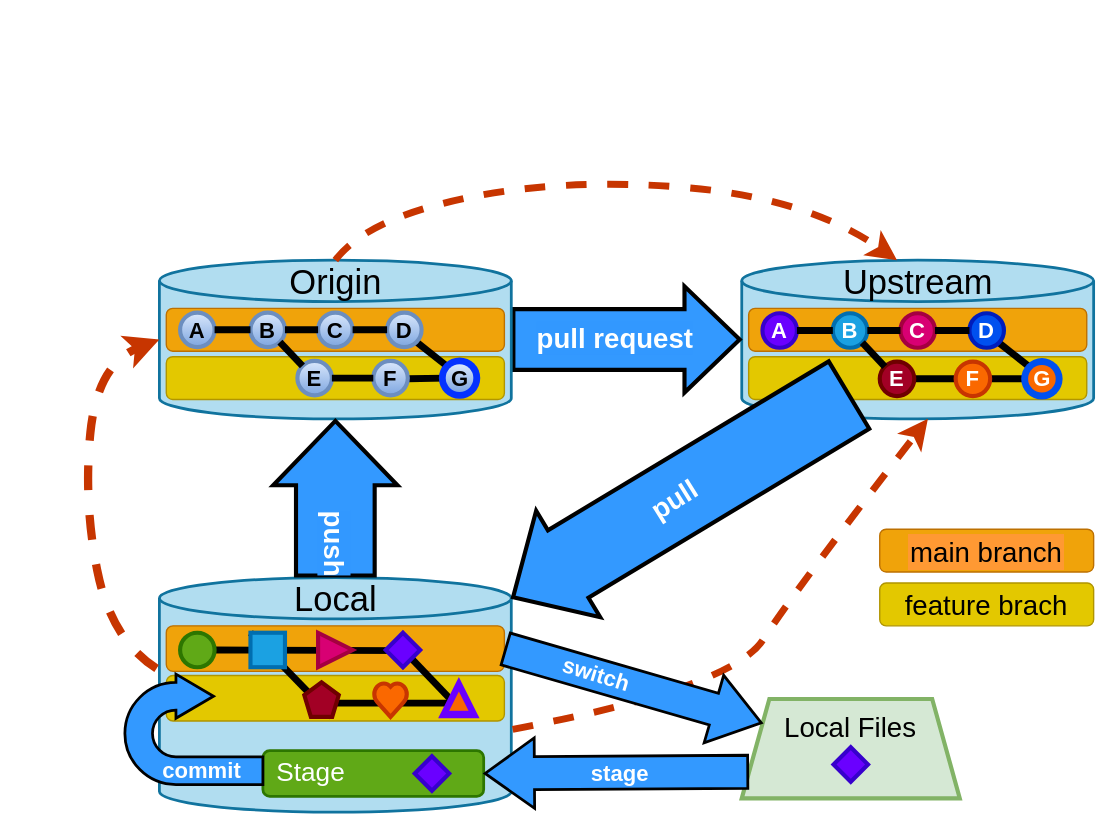
Above: GitWorkflow.drawio in braughtg/GitKit-Diagrams-Test (draw.io), before the change. Source tidied: cells renumbered, new cells numbered last; positions are measured from the earlier drawing's top-left corner, leaving out a move shared by most shapes. Both pictures are drawn from the tidied source at 138%, with x=0, y=0 at pixel (83, 177).
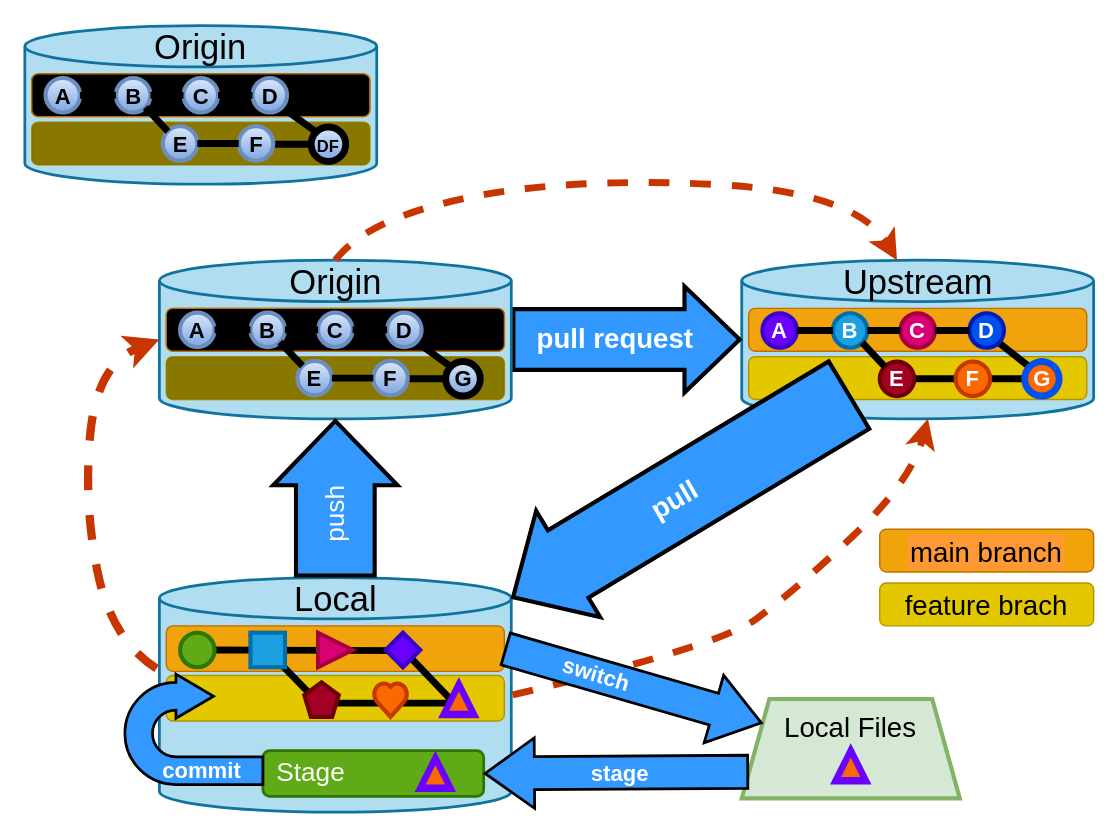
The same diagram, later.

Unchanged cells that the change refers to:
```xml
<mxCell id="3" style="shape=cylinder3;whiteSpace=wrap;html=1;boundedLbl=1;backgroundOutline=1;size=15;labelBackgroundColor=default;fillColor=#b1ddf0;strokeColor=#10739e;strokeWidth=2;" parent="1" vertex="1">
  <mxGeometry x="477" y="60" width="255" height="115" as="geometry" />
</mxCell>
<mxCell id="5" value="Upstream" style="text;html=1;whiteSpace=wrap;strokeColor=none;fillColor=none;align=center;verticalAlign=middle;rounded=0;fontSize=25;" parent="1" vertex="1">
  <mxGeometry x="574.5" y="60" width="60" height="30" as="geometry" />
</mxCell>
<mxCell id="24" style="shape=cylinder3;whiteSpace=wrap;html=1;boundedLbl=1;backgroundOutline=1;size=15;labelBackgroundColor=default;fillColor=#b1ddf0;strokeColor=#10739e;strokeWidth=2;" parent="1" vertex="1">
  <mxGeometry x="55" y="60" width="255" height="115" as="geometry" />
</mxCell>
<mxCell id="26" style="group;" parent="1" vertex="1">
  <mxGeometry x="60" y="95" width="245" height="66" as="geometry" />
</mxCell>
<mxCell id="45" value="Local" style="text;html=1;whiteSpace=wrap;strokeColor=none;fillColor=none;align=center;verticalAlign=middle;rounded=0;fontSize=25;" parent="1" vertex="1">
  <mxGeometry x="152.5" y="290" width="60" height="30" as="geometry" />
</mxCell>
```

The edit, as a diff of the source:
```diff
@@
-    <mxCell id="25" value="Origin" style="text;html=1;whiteSpace=wrap;strokeColor=none;fillColor=none;align=center;verticalAlign=middle;rounded=0;fontSize=25;" parent="1" vertex="1">
-      <mxGeometry x="152.5" y="60" width="60" height="30" as="geometry" />
-    </mxCell>
@@
+    <mxCell id="80" style="rounded=1;whiteSpace=wrap;html=1;labelBackgroundColor=#FF9933;labelBorderColor=#FF9933;fillColor=light-dark(#000000,#000000);fontColor=#000000;strokeColor=#B09500;fillStyle=zigzag-line;opacity=40;" parent="26" vertex="1">
+      <mxGeometry y="35" width="245" height="31" as="geometry" />
+    </mxCell>
-    <mxCell id="28" style="rounded=1;whiteSpace=wrap;html=1;labelBackgroundColor=#FF9933;labelBorderColor=#FF9933;fillColor=#f0a30a;fontColor=#000000;strokeColor=#BD7000;" parent="26" vertex="1">
+    <mxCell id="28" style="rounded=1;whiteSpace=wrap;html=1;labelBackgroundColor=#FF9933;labelBorderColor=#FF9933;fillColor=#f0a30a;fontColor=#000000;strokeColor=#BD7000;fillStyle=solid;" parent="26" vertex="1">
       <mxGeometry width="245" height="31" as="geometry" />
     </mxCell>
+    <mxCell id="81" style="rounded=1;whiteSpace=wrap;html=1;labelBackgroundColor=#FF9933;labelBorderColor=#FF9933;fillColor=light-dark(#000000,#000000);fontColor=#000000;strokeColor=#BD7000;fillStyle=cross-hatch;" parent="26" vertex="1">
+      <mxGeometry width="245" height="31" as="geometry" />
+    </mxCell>
@@
-    <mxCell id="31" style="ellipse;whiteSpace=wrap;html=1;strokeWidth=1;strokeColor=none;fillColor=light-dark(#0432ff, #ededed);fontColor=light-dark(#0432ff, #ededed);" parent="26" vertex="1">
-      <mxGeometry x="197.5" y="35.5" width="30" height="30" as="geometry" />
-    </mxCell>
@@
-    <mxCell id="43" value="G" style="ellipse;whiteSpace=wrap;html=1;fillColor=#dae8fc;fontSize=16;fontStyle=1;gradientColor=#7ea6e0;strokeColor=none;strokeWidth=3;" parent="26" vertex="1">
-      <mxGeometry x="202.5" y="40.5" width="20" height="20" as="geometry" />
+    <mxCell id="43" value="G" style="ellipse;whiteSpace=wrap;html=1;fillColor=#dae8fc;fontSize=16;fontStyle=1;gradientColor=#7ea6e0;strokeColor=default;strokeWidth=5;" parent="26" vertex="1">
+      <mxGeometry x="202.5" y="38.5" width="25" height="25" as="geometry" />
     </mxCell>
+    <mxCell id="25" value="Origin" style="text;html=1;whiteSpace=wrap;strokeColor=none;fillColor=none;align=center;verticalAlign=middle;rounded=0;fontSize=25;" parent="1" vertex="1">
+      <mxGeometry x="152.5" y="60" width="60" height="30" as="geometry" />
+    </mxCell>
@@
-    <mxCell id="63" value="push" style="shape=flexArrow;endArrow=classic;html=1;rounded=0;fillColor=#3399FF;width=55;endSize=14.54;endWidth=30;fontSize=20;labelBackgroundColor=light-dark(#3298ff, #ededed);fontColor=light-dark(#feffff, #ededed);fontStyle=1;textDirection=vertical-lr;strokeWidth=3;entryX=0.5;entryY=1;entryDx=0;entryDy=0;entryPerimeter=0;exitX=0.5;exitY=0;exitDx=0;exitDy=0;" parent="1" edge="1" source="45" target="24">
-      <mxGeometry x="-0.57" y="3" relative="1" as="geometry">
+    <mxCell id="63" style="shape=flexArrow;endArrow=classic;html=1;rounded=0;fillColor=#3399FF;width=55;endSize=14.54;endWidth=30;fontSize=20;labelBackgroundColor=light-dark(#3298ff, #ededed);fontColor=light-dark(#feffff, #ededed);fontStyle=1;textDirection=vertical-lr;strokeWidth=3;entryX=0.5;entryY=1;entryDx=0;entryDy=0;entryPerimeter=0;exitX=0.5;exitY=0;exitDx=0;exitDy=0;" parent="1" edge="1" source="45" target="24">
+      <mxGeometry x="-0.3" y="3" relative="1" as="geometry">
         <mxPoint x="1" as="offset" />
       </mxGeometry>
     </mxCell>
@@
     <mxCell id="66" style="curved=1;endArrow=classic;html=1;rounded=0;entryX=0.25;entryY=0;entryDx=0;entryDy=0;exitX=0.5;exitY=0;exitDx=0;exitDy=0;strokeWidth=5;dashed=1;flowAnimation=0;fillColor=#fa6800;strokeColor=#C73500;shadow=0;" parent="1" edge="1" source="25" target="5">
       <mxGeometry relative="1" as="geometry">
         <Array as="points">
           <mxPoint x="205" y="30" />
           <mxPoint x="350" />
-          <mxPoint x="525" y="15" />
+          <mxPoint x="560" y="10" />
         </Array>
       </mxGeometry>
     </mxCell>
@@
     <mxCell id="68" style="curved=1;endArrow=classic;html=1;rounded=0;entryX=0.529;entryY=1;entryDx=0;entryDy=0;entryPerimeter=0;fillColor=#fa6800;strokeColor=#C73500;strokeWidth=5;dashed=1;" parent="1" edge="1" target="3">
       <mxGeometry relative="1" as="geometry">
-        <mxPoint x="311" y="400" as="sourcePoint" />
+        <mxPoint x="311" y="375" as="sourcePoint" />
         <Array as="points">
-          <mxPoint x="470" y="370" />
+          <mxPoint x="460" y="340" />
           <mxPoint x="515" y="300" />
+          <mxPoint x="600" y="220" />
         </Array>
       </mxGeometry>
     </mxCell>
@@
-    <mxCell id="70" value="pull" style="text;html=1;whiteSpace=wrap;strokeColor=none;fillColor=none;align=center;verticalAlign=middle;rounded=0;fontSize=20;rotation=328;direction=south;fontColor=light-dark(#feffff, #ededed);fontStyle=1;" parent="1" vertex="1">
+    <mxCell id="70" value="pull" style="text;html=1;whiteSpace=wrap;strokeColor=none;fillColor=none;align=center;verticalAlign=middle;rounded=0;fontSize=20;rotation=330;direction=south;fontColor=light-dark(#feffff, #ededed);fontStyle=1;" parent="1" vertex="1">
       <mxGeometry x="413" y="203" width="30" height="60" as="geometry" />
     </mxCell>
@@
-    <mxCell id="76" style="rhombus;whiteSpace=wrap;html=1;fillColor=#6a00ff;strokeColor=#3700CC;fontColor=#ffffff;strokeWidth=3;" parent="1" vertex="1">
-      <mxGeometry x="543.5" y="413" width="25" height="25" as="geometry" />
-    </mxCell>
@@
-    <mxCell id="79" style="rhombus;whiteSpace=wrap;html=1;fillColor=#6a00ff;strokeColor=#3700CC;fontColor=#ffffff;strokeWidth=3;" parent="1" vertex="1">
-      <mxGeometry x="240" y="419.5" width="25" height="25" as="geometry" />
-    </mxCell>
+    <mxCell id="82" style="verticalLabelPosition=bottom;verticalAlign=top;html=1;shape=mxgraph.basic.acute_triangle;dx=0.5;fillColor=#6a00ff;fontColor=#ffffff;strokeColor=none;" parent="1" vertex="1">
+      <mxGeometry x="240" y="415.5" width="30" height="30" as="geometry" />
+    </mxCell>
+    <mxCell id="83" style="verticalLabelPosition=bottom;verticalAlign=top;html=1;shape=mxgraph.basic.acute_triangle;dx=0.5;fillColor=#fa6800;fontColor=#000000;strokeColor=none;strokeWidth=3;" parent="1" vertex="1">
+      <mxGeometry x="248" y="426" width="14" height="14" as="geometry" />
+    </mxCell>
+    <mxCell id="84" style="verticalLabelPosition=bottom;verticalAlign=top;html=1;shape=mxgraph.basic.acute_triangle;dx=0.5;fillColor=#6a00ff;fontColor=#ffffff;strokeColor=none;" parent="1" vertex="1">
+      <mxGeometry x="541" y="410" width="30" height="30" as="geometry" />
+    </mxCell>
+    <mxCell id="85" style="verticalLabelPosition=bottom;verticalAlign=top;html=1;shape=mxgraph.basic.acute_triangle;dx=0.5;fillColor=#fa6800;fontColor=#000000;strokeColor=none;strokeWidth=3;" parent="1" vertex="1">
+      <mxGeometry x="549" y="420.5" width="14" height="14" as="geometry" />
+    </mxCell>
+    <mxCell id="86" value="push" style="text;html=1;whiteSpace=wrap;strokeColor=none;fillColor=none;align=center;verticalAlign=middle;rounded=0;fontSize=19;fontColor=light-dark(#feffff, #ededed);fontStyle=0;rotation=-90;" parent="1" vertex="1">
+      <mxGeometry x="153" y="229" width="60" height="30" as="geometry" />
+    </mxCell>
+    <mxCell id="87" style="shape=cylinder3;whiteSpace=wrap;html=1;boundedLbl=1;backgroundOutline=1;size=15;labelBackgroundColor=default;fillColor=#b1ddf0;strokeColor=#10739e;strokeWidth=2;" parent="1" vertex="1">
+      <mxGeometry x="-42.5" y="-110" width="255" height="115" as="geometry" />
+    </mxCell>
+    <mxCell id="88" style="group;" parent="1" vertex="1">
+      <mxGeometry x="-37.5" y="-75" width="245" height="66" as="geometry" />
+    </mxCell>
+    <mxCell id="89" style="rounded=1;whiteSpace=wrap;html=1;labelBackgroundColor=#FF9933;labelBorderColor=#FF9933;fillColor=#e3c800;fontColor=#000000;strokeColor=#B09500;" parent="88" vertex="1">
+      <mxGeometry y="35" width="245" height="31" as="geometry" />
+    </mxCell>
+    <mxCell id="90" style="rounded=1;whiteSpace=wrap;html=1;labelBackgroundColor=#FF9933;labelBorderColor=#FF9933;fillColor=light-dark(#000000,#000000);fontColor=#000000;strokeColor=#B09500;fillStyle=zigzag-line;opacity=40;" parent="88" vertex="1">
+      <mxGeometry y="35" width="245" height="31" as="geometry" />
+    </mxCell>
+    <mxCell id="91" style="rounded=1;whiteSpace=wrap;html=1;labelBackgroundColor=#FF9933;labelBorderColor=#FF9933;fillColor=#f0a30a;fontColor=#000000;strokeColor=#BD7000;fillStyle=solid;" parent="88" vertex="1">
+      <mxGeometry width="245" height="31" as="geometry" />
+    </mxCell>
+    <mxCell id="92" style="rounded=1;whiteSpace=wrap;html=1;labelBackgroundColor=#FF9933;labelBorderColor=#FF9933;fillColor=light-dark(#000000,#000000);fontColor=#000000;strokeColor=#BD7000;fillStyle=cross-hatch;" parent="88" vertex="1">
+      <mxGeometry width="245" height="31" as="geometry" />
+    </mxCell>
+    <mxCell id="93" style="endArrow=none;html=1;rounded=0;spacing=2;strokeWidth=5;entryX=0;entryY=0;entryDx=0;entryDy=0;exitX=1;exitY=1;exitDx=0;exitDy=0;" parent="88" edge="1" source="98" target="106">
+      <mxGeometry relative="1" as="geometry" />
+    </mxCell>
+    <mxCell id="94" style="endArrow=none;html=1;rounded=0;spacing=2;strokeWidth=5;entryX=0;entryY=0.5;entryDx=0;entryDy=0;" parent="88" edge="1" target="106">
+      <mxGeometry relative="1" as="geometry">
+        <mxPoint x="175" y="51" as="sourcePoint" />
+      </mxGeometry>
+    </mxCell>
+    <mxCell id="95" value="A" style="ellipse;whiteSpace=wrap;html=1;fillColor=#dae8fc;fontSize=16;fontStyle=1;gradientColor=#7ea6e0;strokeColor=#6c8ebf;strokeWidth=3;" parent="88" vertex="1">
+      <mxGeometry x="10" y="3" width="25" height="25" as="geometry" />
+    </mxCell>
+    <mxCell id="96" value="B" style="ellipse;whiteSpace=wrap;html=1;fillColor=#dae8fc;fontSize=16;fontStyle=1;gradientColor=#7ea6e0;strokeColor=#6c8ebf;strokeWidth=3;" parent="88" vertex="1">
+      <mxGeometry x="61" y="3" width="25" height="25" as="geometry" />
+    </mxCell>
+    <mxCell id="97" value="C" style="ellipse;whiteSpace=wrap;html=1;fillColor=#dae8fc;fontSize=16;fontStyle=1;gradientColor=#7ea6e0;strokeColor=#6c8ebf;strokeWidth=3;" parent="88" vertex="1">
+      <mxGeometry x="110" y="3" width="25" height="25" as="geometry" />
+    </mxCell>
+    <mxCell id="98" value="D" style="ellipse;whiteSpace=wrap;html=1;fillColor=#dae8fc;fontSize=16;fontStyle=1;gradientColor=#7ea6e0;strokeColor=#6c8ebf;strokeWidth=3;" parent="88" vertex="1">
+      <mxGeometry x="160" y="3" width="25" height="25" as="geometry" />
+    </mxCell>
+    <mxCell id="99" style="endArrow=none;html=1;rounded=0;spacing=2;strokeWidth=5;entryX=0;entryY=0.5;entryDx=0;entryDy=0;exitX=1;exitY=0.5;exitDx=0;exitDy=0;" parent="88" edge="1" source="97" target="98">
+      <mxGeometry relative="1" as="geometry" />
+    </mxCell>
+    <mxCell id="100" style="endArrow=none;html=1;rounded=0;spacing=2;strokeWidth=5;entryX=0;entryY=0.5;entryDx=0;entryDy=0;exitX=1;exitY=0.5;exitDx=0;exitDy=0;" parent="88" edge="1" source="96" target="97">
+      <mxGeometry relative="1" as="geometry" />
+    </mxCell>
+    <mxCell id="101" style="endArrow=none;html=1;rounded=0;spacing=2;strokeWidth=5;entryX=0;entryY=0.5;entryDx=0;entryDy=0;exitX=1;exitY=0.5;exitDx=0;exitDy=0;" parent="88" edge="1" source="95" target="96">
+      <mxGeometry relative="1" as="geometry" />
+    </mxCell>
+    <mxCell id="102" value="E" style="ellipse;whiteSpace=wrap;html=1;fillColor=#dae8fc;fontSize=16;fontStyle=1;gradientColor=#7ea6e0;strokeColor=#6c8ebf;strokeWidth=3;" parent="88" vertex="1">
+      <mxGeometry x="95" y="38" width="25" height="25" as="geometry" />
+    </mxCell>
+    <mxCell id="103" style="endArrow=none;html=1;rounded=0;spacing=2;strokeWidth=5;entryX=0;entryY=0;entryDx=0;entryDy=0;exitX=1;exitY=1;exitDx=0;exitDy=0;" parent="88" edge="1" source="96" target="102">
+      <mxGeometry relative="1" as="geometry" />
+    </mxCell>
+    <mxCell id="104" value="F" style="ellipse;whiteSpace=wrap;html=1;fillColor=#dae8fc;fontSize=16;fontStyle=1;gradientColor=#7ea6e0;strokeColor=#6c8ebf;strokeWidth=3;" parent="88" vertex="1">
+      <mxGeometry x="150" y="38" width="25" height="25" as="geometry" />
+    </mxCell>
+    <mxCell id="105" style="endArrow=none;html=1;rounded=0;spacing=2;strokeWidth=5;entryX=0;entryY=0.5;entryDx=0;entryDy=0;exitX=1;exitY=0.5;exitDx=0;exitDy=0;" parent="88" edge="1" source="102" target="104">
+      <mxGeometry relative="1" as="geometry" />
+    </mxCell>
+    <mxCell id="106" value="&lt;font style=&quot;font-size: 12px;&quot;&gt;D&lt;/font&gt;&lt;font style=&quot;font-size: 12px;&quot;&gt;F&lt;/font&gt;" style="ellipse;whiteSpace=wrap;html=1;fillColor=#dae8fc;fontSize=16;fontStyle=1;gradientColor=#7ea6e0;strokeColor=default;strokeWidth=5;" parent="88" vertex="1">
+      <mxGeometry x="202.5" y="38.5" width="25" height="25" as="geometry" />
+    </mxCell>
+    <mxCell id="107" value="Origin" style="text;html=1;whiteSpace=wrap;strokeColor=none;fillColor=none;align=center;verticalAlign=middle;rounded=0;fontSize=25;" parent="1" vertex="1">
+      <mxGeometry x="55" y="-110" width="60" height="30" as="geometry" />
+    </mxCell>
```
